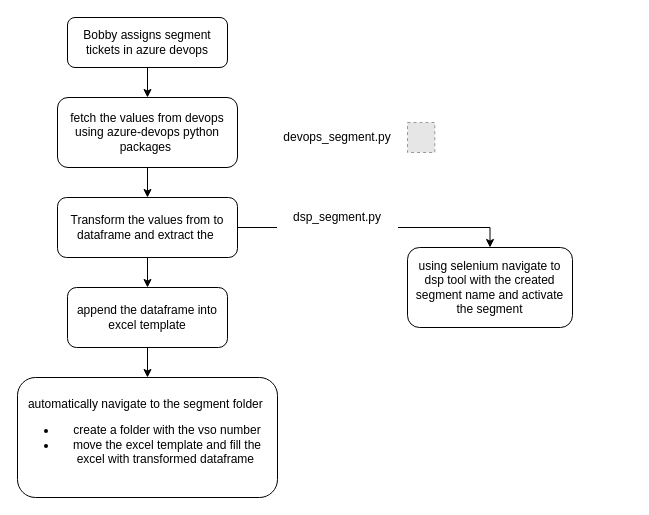
Before: Copy of segment_creation.drawio in ajmalbinnizam/commit, a draw.io diagram. Source tidied: cells renumbered, new cells numbered last; positions are measured from the earlier drawing's top-left corner, leaving out a move shared by most shapes. Both pictures are drawn from the tidied source at 100%, with x=0, y=0 at pixel (17, 17). Pictures stored in the file or linked from it are replaced by grey dashed boxes.
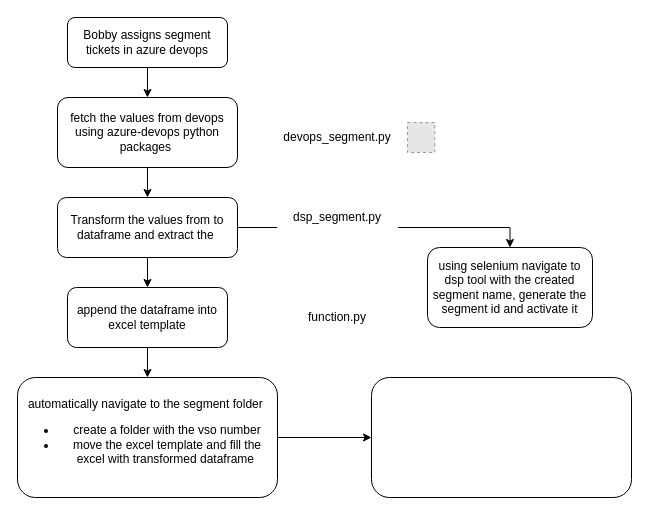
After the change.

Diff of the diagram source:
```diff
@@
 <mxGraphModel>
   <root>
     <mxCell id="0" />
     <mxCell id="1" parent="0" />
     <mxCell id="2" style="edgeStyle=orthogonalEdgeStyle;rounded=0;jettySize=auto;html=1;entryX=0.5;entryY=0;entryDx=0;entryDy=0;" parent="1" edge="1" source="3" target="6">
       <mxGeometry relative="1" as="geometry" />
     </mxCell>
     <mxCell id="3" value="Bobby assigns segment tickets in azure devops" style="rounded=1;whiteSpace=wrap;html=1;fontSize=12;glass=0;strokeWidth=1;shadow=0;" parent="1" vertex="1">
       <mxGeometry x="50" width="160" height="50" as="geometry" />
     </mxCell>
+    <mxCell id="16" style="edgeStyle=orthogonalEdgeStyle;rounded=0;jettySize=auto;html=1;" parent="1" edge="1" source="4" target="18">
+      <mxGeometry relative="1" as="geometry" />
+    </mxCell>
     <mxCell id="4" value="automatically navigate to the segment folder&amp;nbsp;&lt;br&gt;&lt;ul&gt;&lt;li&gt;create a folder with the vso number&lt;/li&gt;&lt;li&gt;move the excel template and fill the excel with transformed dataframe&amp;nbsp;&lt;/li&gt;&lt;/ul&gt;" style="rounded=1;whiteSpace=wrap;html=1;fontSize=12;glass=0;strokeWidth=1;shadow=0;align=center;" parent="1" vertex="1">
       <mxGeometry y="360" width="260" height="120" as="geometry" />
     </mxCell>
     <mxCell id="5" style="edgeStyle=orthogonalEdgeStyle;rounded=0;jettySize=auto;html=1;" parent="1" edge="1" source="6" target="11">
       <mxGeometry relative="1" as="geometry" />
     </mxCell>
     <mxCell id="6" value="fetch the values from devops using azure-devops python packages&amp;nbsp;" style="rounded=1;whiteSpace=wrap;html=1;fontSize=12;glass=0;strokeWidth=1;shadow=0;" parent="1" vertex="1">
       <mxGeometry x="40" y="80" width="180" height="70" as="geometry" />
     </mxCell>
-    <mxCell id="7" value="using selenium navigate to dsp tool with the created segment name and activate the segment" style="rounded=1;whiteSpace=wrap;html=1;fontSize=12;glass=0;strokeWidth=1;shadow=0;" parent="1" vertex="1">
-      <mxGeometry x="390" y="230" width="165" height="80" as="geometry" />
+    <mxCell id="7" value="using selenium navigate to dsp tool with the created segment name, generate the segment id and activate it" style="rounded=1;whiteSpace=wrap;html=1;fontSize=12;glass=0;strokeWidth=1;shadow=0;" parent="1" vertex="1">
+      <mxGeometry x="410" y="230" width="165" height="80" as="geometry" />
     </mxCell>
     <mxCell id="8" style="fillColor=#E6E6E6;strokeColor=#999999;dashed=1;verticalLabelPosition=bottom;labelBackgroundColor=default;verticalAlign=top;" parent="1" vertex="1">
       <mxGeometry x="390" y="105" width="27.3" height="30" as="geometry" />
     </mxCell>
     <mxCell id="9" style="edgeStyle=orthogonalEdgeStyle;rounded=0;jettySize=auto;html=1;entryX=0.5;entryY=0;entryDx=0;entryDy=0;" parent="1" edge="1" source="11" target="7">
       <mxGeometry relative="1" as="geometry" />
     </mxCell>
     <mxCell id="10" style="edgeStyle=orthogonalEdgeStyle;rounded=0;jettySize=auto;html=1;entryX=0.5;entryY=0;entryDx=0;entryDy=0;" parent="1" edge="1" source="15" target="4">
       <mxGeometry relative="1" as="geometry" />
     </mxCell>
     <mxCell id="11" value="Transform the values from to dataframe and extract the&amp;nbsp;" style="rounded=1;whiteSpace=wrap;html=1;fontSize=12;glass=0;strokeWidth=1;shadow=0;" parent="1" vertex="1">
       <mxGeometry x="40" y="180" width="180" height="60" as="geometry" />
     </mxCell>
     <mxCell id="12" value="devops_segment.py" style="whiteSpace=wrap;html=1;strokeColor=#ffffff;" parent="1" vertex="1">
       <mxGeometry x="260" y="100" width="120" height="40" as="geometry" />
     </mxCell>
     <mxCell id="13" value="dsp_segment.py" style="whiteSpace=wrap;html=1;strokeColor=#ffffff;" parent="1" vertex="1">
       <mxGeometry x="260" y="180" width="120" height="40" as="geometry" />
     </mxCell>
     <mxCell id="14" style="edgeStyle=orthogonalEdgeStyle;rounded=0;jettySize=auto;html=1;entryX=0.5;entryY=0;entryDx=0;entryDy=0;" parent="1" edge="1" source="11" target="15">
       <mxGeometry relative="1" as="geometry" />
     </mxCell>
     <mxCell id="15" value="append the dataframe into excel template" style="rounded=1;whiteSpace=wrap;html=1;fontSize=12;glass=0;strokeWidth=1;shadow=0;" parent="1" vertex="1">
       <mxGeometry x="50" y="270" width="160" height="60" as="geometry" />
     </mxCell>
+    <mxCell id="17" value="function.py" style="whiteSpace=wrap;html=1;strokeColor=#ffffff;" parent="1" vertex="1">
+      <mxGeometry x="260" y="280" width="120" height="40" as="geometry" />
+    </mxCell>
+    <mxCell id="18" style="rounded=1;whiteSpace=wrap;html=1;fontSize=12;glass=0;strokeWidth=1;shadow=0;align=center;" parent="1" vertex="1">
+      <mxGeometry x="354" y="360" width="260" height="120" as="geometry" />
+    </mxCell>
   </root>
 </mxGraphModel>
```
